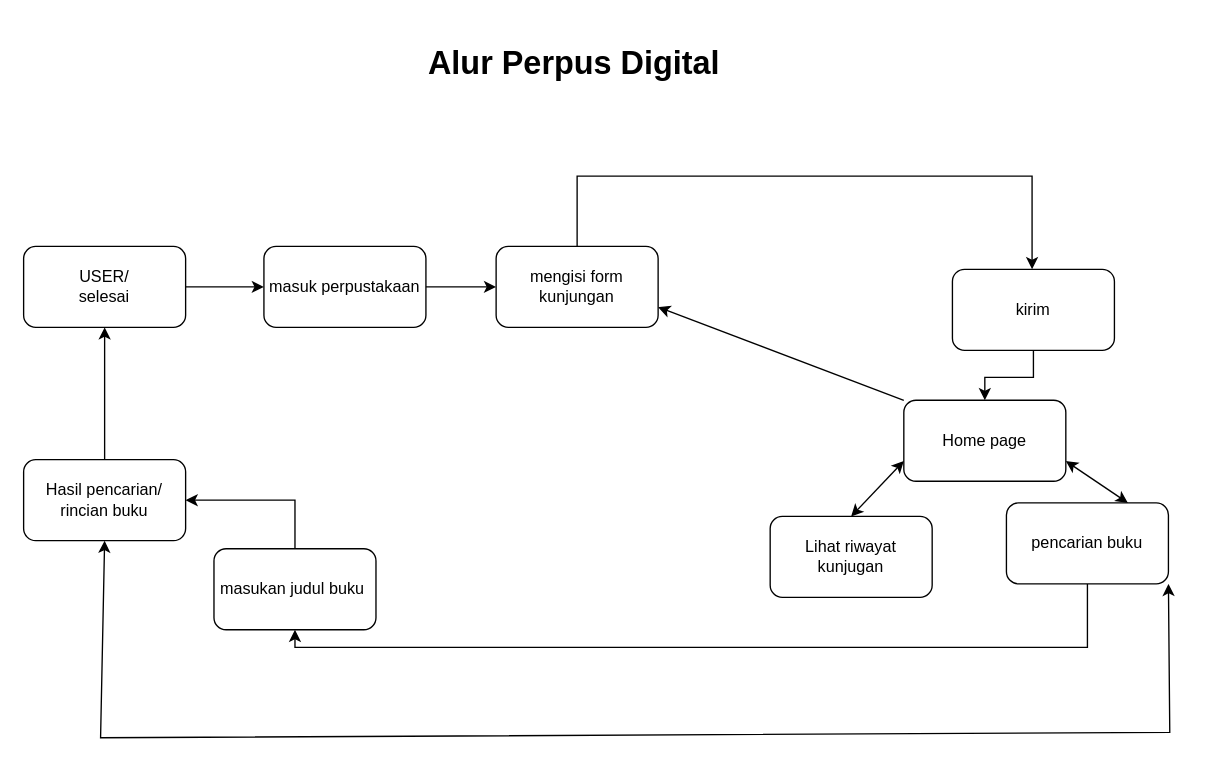
Above: Alur-perpus-Digital.drawio in FahrulNa/Alur-Perpus-Digital (draw.io), before the change. Source tidied: cells renumbered, new cells numbered last; positions are measured from the earlier drawing's top-left corner, leaving out a move shared by most shapes. Both pictures are drawn from the tidied source at 135%, with x=0, y=0 at pixel (23, 36).
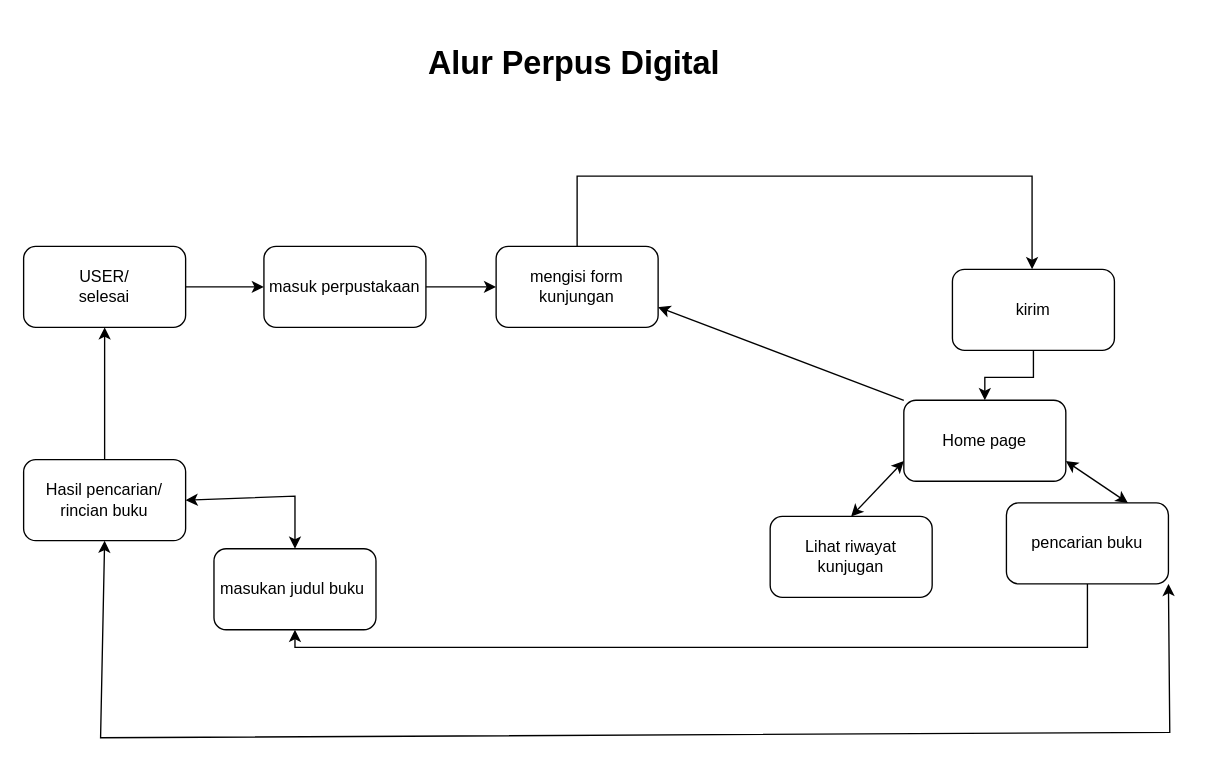
The same diagram, later.

Unchanged cells that the change refers to:
```xml
<mxCell id="13" value="masukan judul buku&amp;nbsp;" style="rounded=1;whiteSpace=wrap;html=1;" parent="1" vertex="1">
  <mxGeometry x="141" y="379" width="120" height="60" as="geometry" />
</mxCell>
<mxCell id="14" value="Hasil pencarian/&lt;br&gt;rincian buku" style="rounded=1;whiteSpace=wrap;html=1;" parent="1" vertex="1">
  <mxGeometry y="313" width="120" height="60" as="geometry" />
</mxCell>
```

Diff of the diagram source:
```diff
@@
-    <mxCell id="15" style="endArrow=classic;html=1;rounded=0;exitX=0.5;exitY=0;exitDx=0;exitDy=0;entryX=1;entryY=0.5;entryDx=0;entryDy=0;" parent="1" edge="1" source="13" target="14">
-      <mxGeometry relative="1" as="geometry">
-        <Array as="points">
-          <mxPoint x="201" y="343" />
-        </Array>
-      </mxGeometry>
-    </mxCell>
@@
+    <mxCell id="23" style="endArrow=classic;startArrow=classic;html=1;rounded=0;exitX=1;exitY=0.5;exitDx=0;exitDy=0;entryX=0.5;entryY=0;entryDx=0;entryDy=0;" parent="1" edge="1" source="14" target="13">
+      <mxGeometry relative="1" as="geometry">
+        <Array as="points">
+          <mxPoint x="201" y="340" />
+        </Array>
+      </mxGeometry>
+    </mxCell>
```
